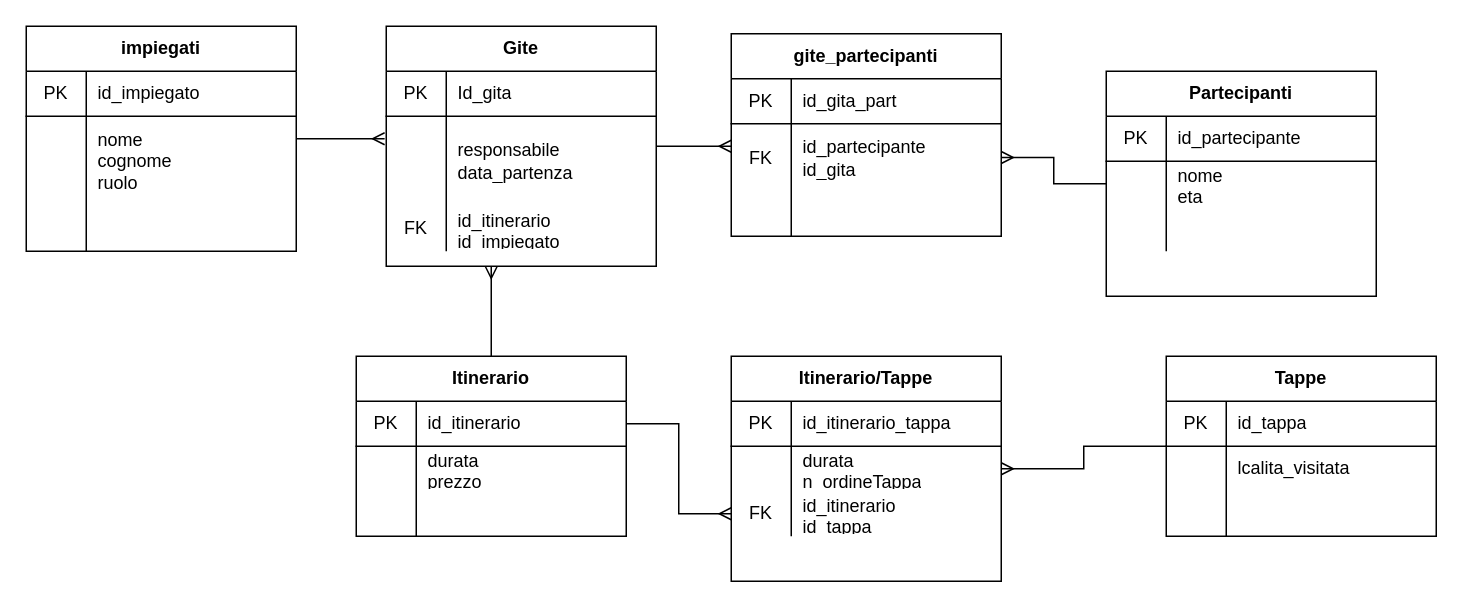
Above: Untitled Diagram.drawio in giuliacangani02/AgenziaViaggio (draw.io), before the change. Source tidied: cells renumbered, new cells numbered last; positions are measured from the earlier drawing's top-left corner, leaving out a move shared by most shapes. Both pictures are drawn from the tidied source at 150%, with x=0, y=0 at pixel (26, 26).
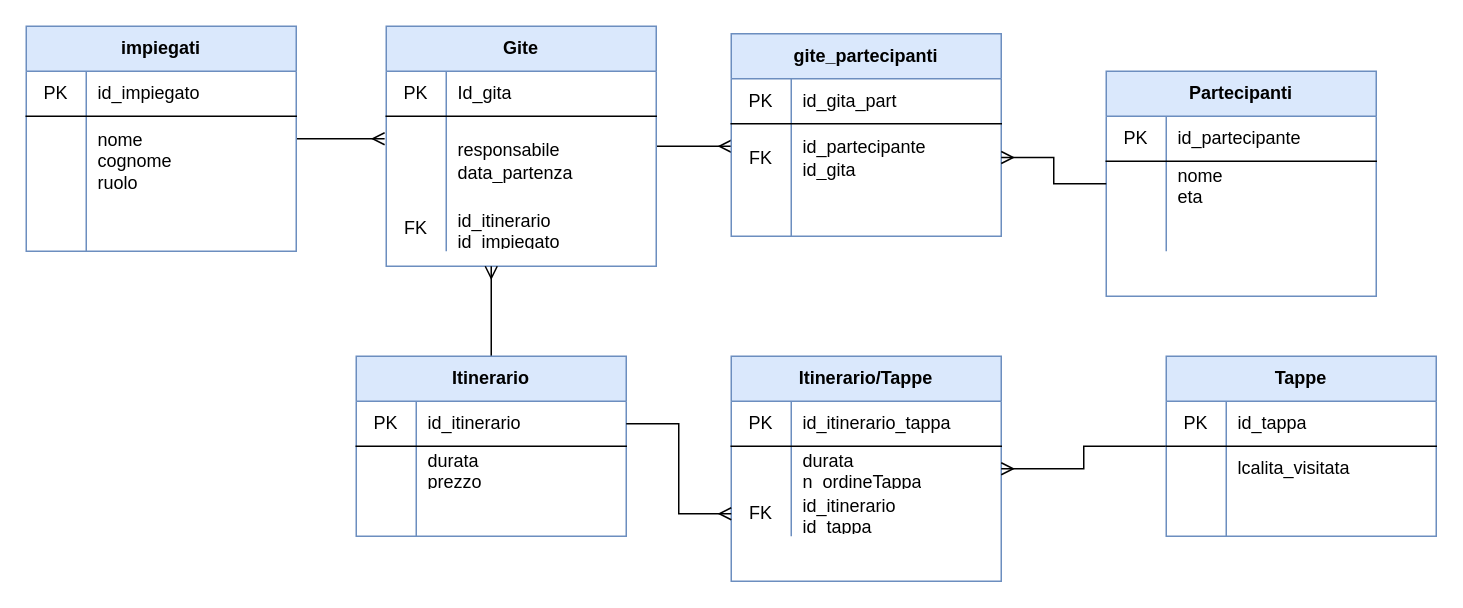
Above is the later version.

Diff of the diagram source:
```diff
@@
-    <mxCell id="3" value="impiegati" style="shape=table;html=1;whiteSpace=wrap;startSize=30;childLayout=tableLayout;rowLines=0;fontStyle=1;align=center;" parent="1" vertex="1">
+    <mxCell id="3" value="impiegati" style="shape=table;html=1;whiteSpace=wrap;startSize=30;childLayout=tableLayout;rowLines=0;fontStyle=1;align=center;fillColor=#dae8fc;strokeColor=#6c8ebf;" parent="1" vertex="1">
       <mxGeometry width="180" height="150" as="geometry" />
     </mxCell>
@@
-    <mxCell id="14" value="Gite" style="shape=table;html=1;whiteSpace=wrap;startSize=30;childLayout=tableLayout;rowLines=0;fontStyle=1;align=center;" parent="1" vertex="1">
+    <mxCell id="14" value="Gite" style="shape=table;html=1;whiteSpace=wrap;startSize=30;childLayout=tableLayout;rowLines=0;fontStyle=1;align=center;fillColor=#dae8fc;strokeColor=#6c8ebf;" parent="1" vertex="1">
       <mxGeometry x="240" width="180" height="160" as="geometry" />
     </mxCell>
@@
-    <mxCell id="24" value="gite_partecipanti" style="shape=table;html=1;whiteSpace=wrap;startSize=30;childLayout=tableLayout;rowLines=0;fontStyle=1;align=center;" parent="1" vertex="1">
+    <mxCell id="24" value="gite_partecipanti" style="shape=table;html=1;whiteSpace=wrap;startSize=30;childLayout=tableLayout;rowLines=0;fontStyle=1;align=center;fillColor=#dae8fc;strokeColor=#6c8ebf;" parent="1" vertex="1">
       <mxGeometry x="470" y="5" width="180" height="135" as="geometry" />
     </mxCell>
@@
-    <mxCell id="34" value="Partecipanti" style="shape=table;html=1;whiteSpace=wrap;startSize=30;childLayout=tableLayout;rowLines=0;fontStyle=1;align=center;" parent="1" vertex="1">
+    <mxCell id="34" value="Partecipanti" style="shape=table;html=1;whiteSpace=wrap;startSize=30;childLayout=tableLayout;rowLines=0;fontStyle=1;align=center;fillColor=#dae8fc;strokeColor=#6c8ebf;" parent="1" vertex="1">
       <mxGeometry x="720" y="30" width="180" height="150" as="geometry" />
     </mxCell>
@@
-    <mxCell id="46" value="Itinerario" style="shape=table;html=1;whiteSpace=wrap;startSize=30;childLayout=tableLayout;rowLines=0;fontStyle=1;align=center;" parent="1" vertex="1">
+    <mxCell id="46" value="Itinerario" style="shape=table;html=1;whiteSpace=wrap;startSize=30;childLayout=tableLayout;rowLines=0;fontStyle=1;align=center;fillColor=#dae8fc;strokeColor=#6c8ebf;" parent="1" vertex="1">
       <mxGeometry x="220" y="220" width="180" height="120" as="geometry" />
     </mxCell>
@@
-    <mxCell id="56" value="Itinerario/Tappe" style="shape=table;html=1;whiteSpace=wrap;startSize=30;childLayout=tableLayout;rowLines=0;fontStyle=1;align=center;" parent="1" vertex="1">
+    <mxCell id="56" value="Itinerario/Tappe" style="shape=table;html=1;whiteSpace=wrap;startSize=30;childLayout=tableLayout;rowLines=0;fontStyle=1;align=center;fillColor=#dae8fc;strokeColor=#6c8ebf;" parent="1" vertex="1">
       <mxGeometry x="470" y="220" width="180" height="150" as="geometry" />
     </mxCell>
@@
-    <mxCell id="67" value="Tappe" style="shape=table;html=1;whiteSpace=wrap;startSize=30;childLayout=tableLayout;rowLines=0;fontStyle=1;align=center;" parent="1" vertex="1">
+    <mxCell id="67" value="Tappe" style="shape=table;html=1;whiteSpace=wrap;startSize=30;childLayout=tableLayout;rowLines=0;fontStyle=1;align=center;fillColor=#dae8fc;strokeColor=#6c8ebf;" parent="1" vertex="1">
       <mxGeometry x="760" y="220" width="180" height="120" as="geometry" />
     </mxCell>
```
